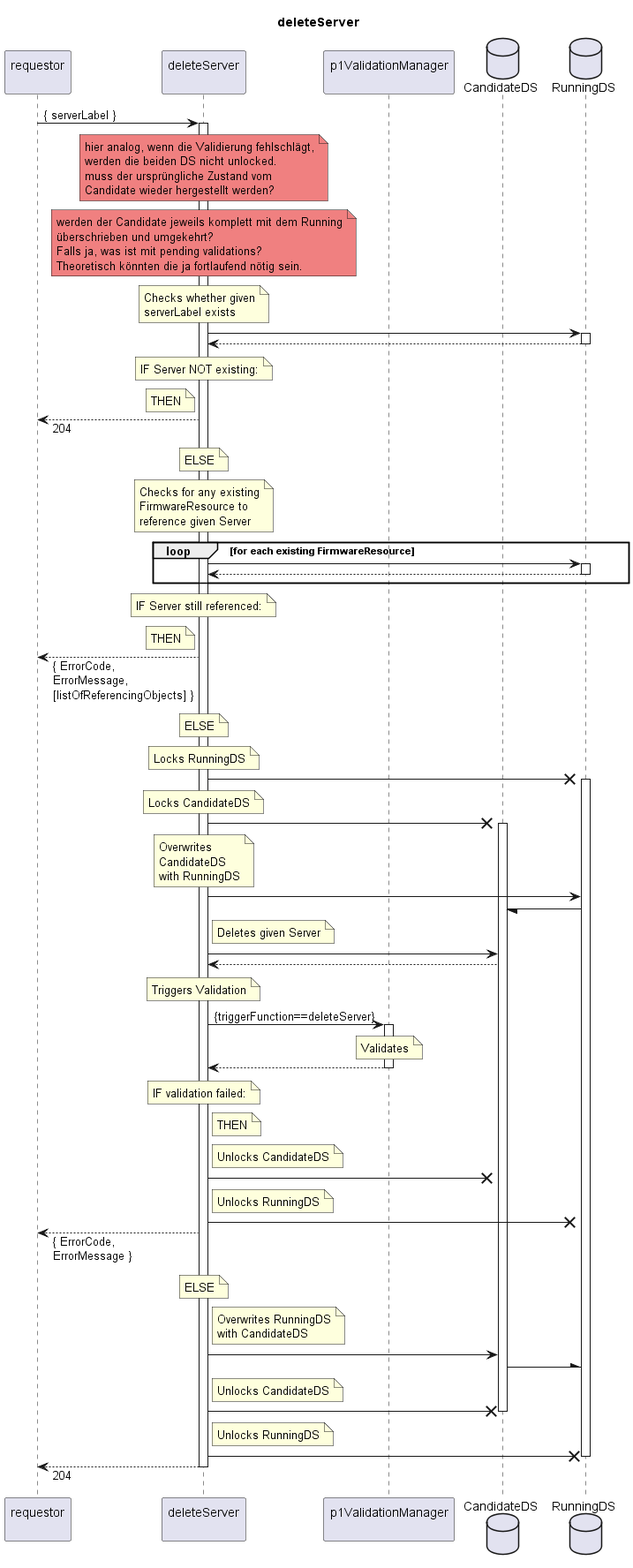
The PlantUML diagram spec/Services/deleteServer/1.0.0/deleteServer.png in openBackhaul/FirmWareManager, before a commit.
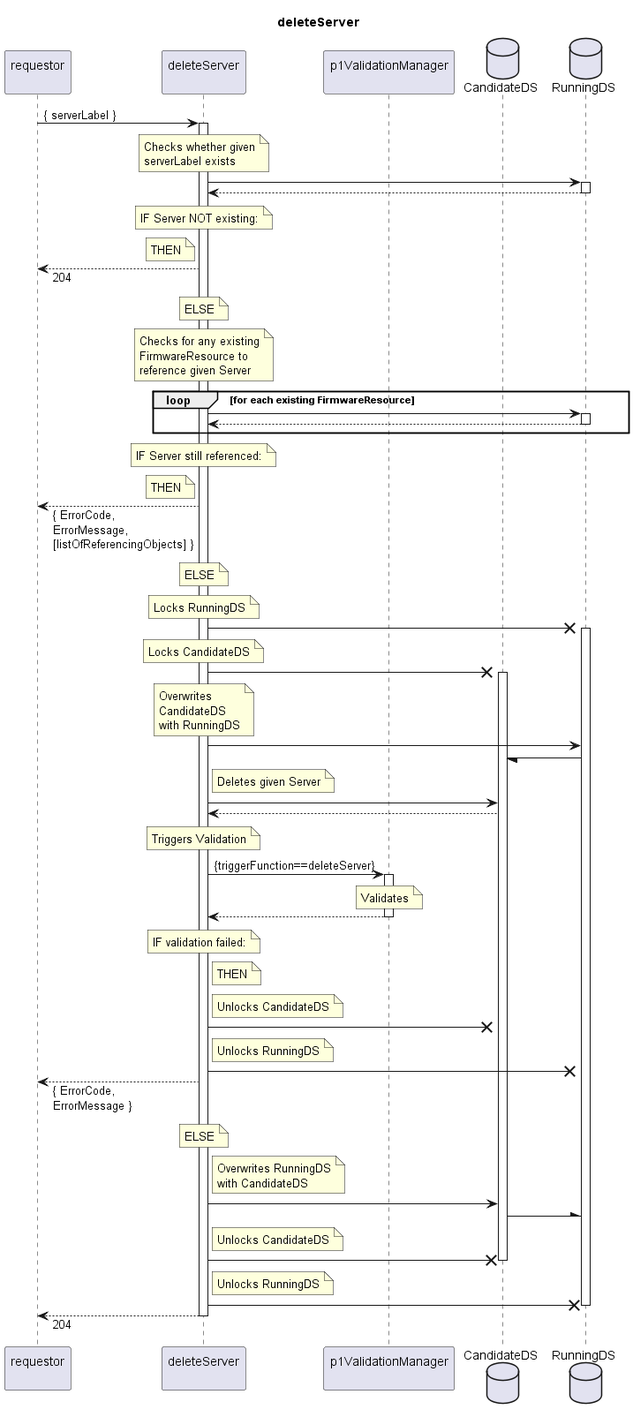
Above is the later version.

What changed in the source:
```diff
@@ -13,19 +13,6 @@
 
 requestor -> indServ: { serverLabel }
 activate indServ
-
-  note over indServ #lightcoral
-    hier analog, wenn die Validierung fehlschlägt,
-    werden die beiden DS nicht unlocked.
-    muss der ursprüngliche Zustand vom
-    Candidate wieder hergestellt werden?
-  end note
-  note over indServ #lightcoral
-    werden der Candidate jeweils komplett mit dem Running
-    überschrieben und umgekehrt?
-    Falls ja, was ist mit pending validations?
-    Theoretisch könnten die ja fortlaufend nötig sein.
-  end note
 
   note over indServ
     Checks whether given
```
